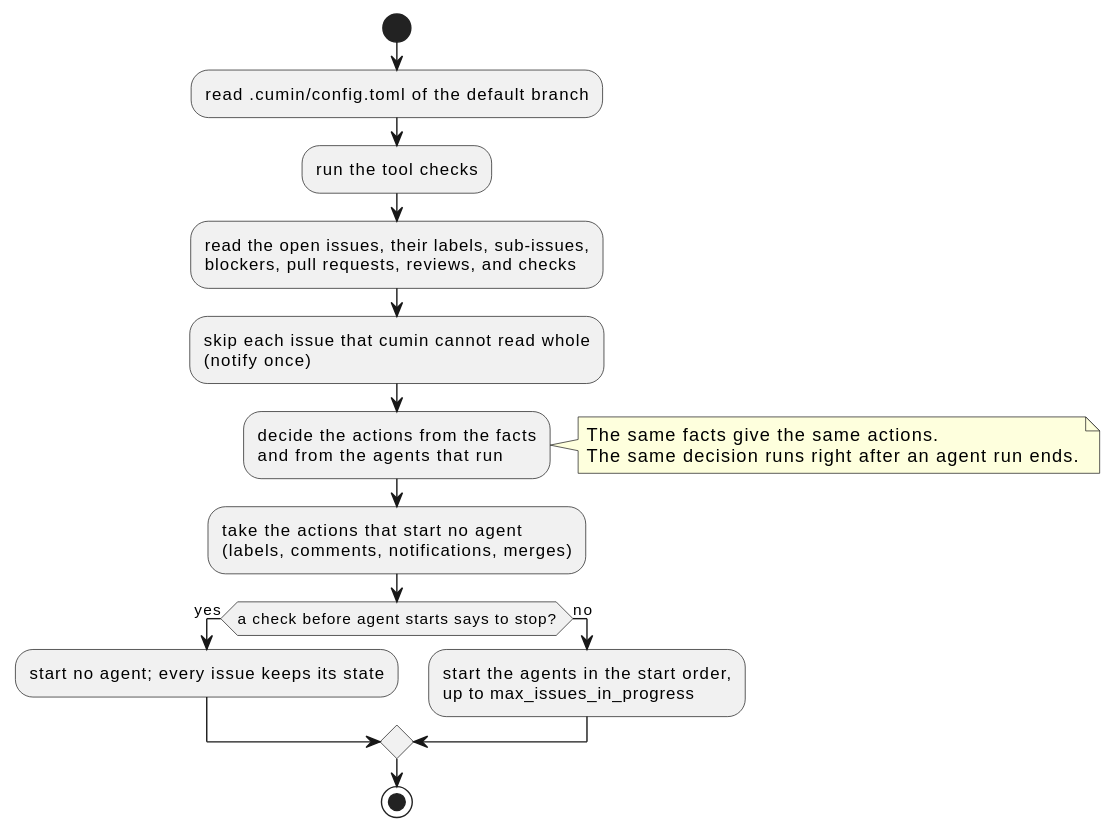
Before: docs/ja/requirements/poll/overview.svg, a diagram exported from PlantUML (cloveclovedev/cumin-works). The source it was exported from:
```plantuml
@startuml

start
:read .cumin/config.toml of the default branch;
:run the tool checks;
:read the open issues, their labels, sub-issues,\nblockers, pull requests, reviews, and checks;
:skip each issue that cumin cannot read whole\n(notify once);
:decide the actions from the facts\nand from the agents that run;
note right
  The same facts give the same actions.
  The same decision runs right after an agent run ends.
end note
:take the actions that start no agent\n(labels, comments, notifications, merges);
if (a check before agent starts says to stop?) then (yes)
  :start no agent; every issue keeps its state;
else (no)
  :start the agents in the start order,\nup to max_issues_in_progress;
endif
stop
@enduml
```
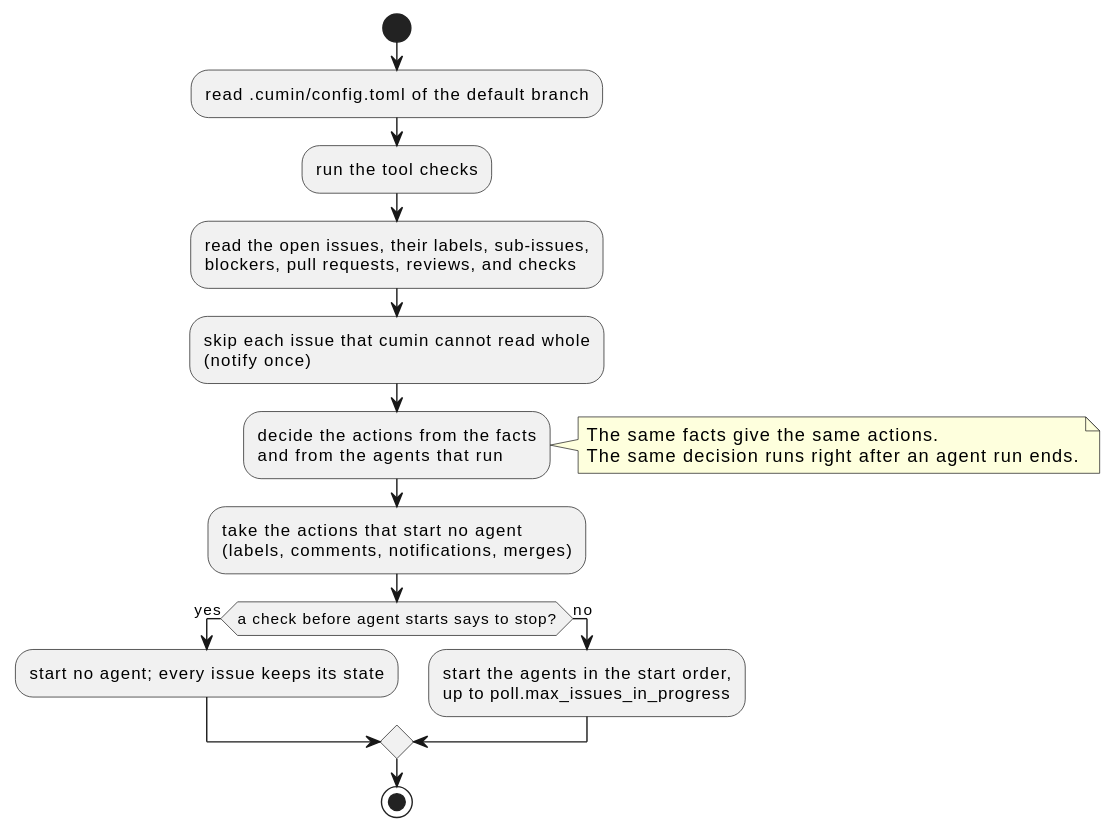
The same file after the commit.

What changed in the source:
```diff
@@ -14,7 +14,7 @@
 if (a check before agent starts says to stop?) then (yes)
   :start no agent; every issue keeps its state;
 else (no)
-  :start the agents in the start order,\nup to max_issues_in_progress;
+  :start the agents in the start order,\nup to poll.max_issues_in_progress;
 endif
 stop
 @enduml
```
